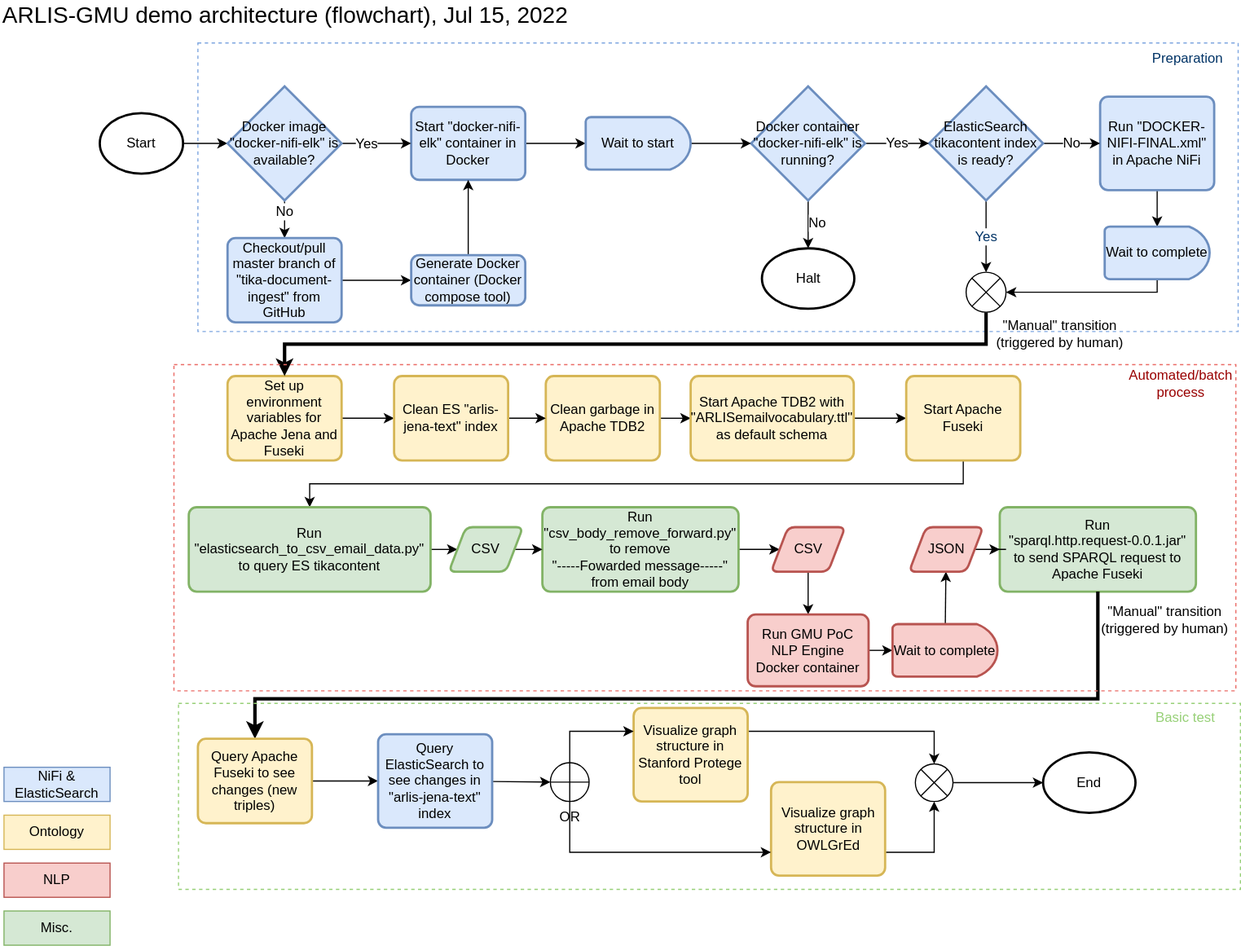
Above: GMU_Demo_Architecture_Flow.svg in amirmghaemi/tika-document-ingest (draw.io), before the change. Source tidied: cells renumbered, new cells last; positions are measured from the earlier drawing's top-left corner, leaving out a move shared by most shapes.
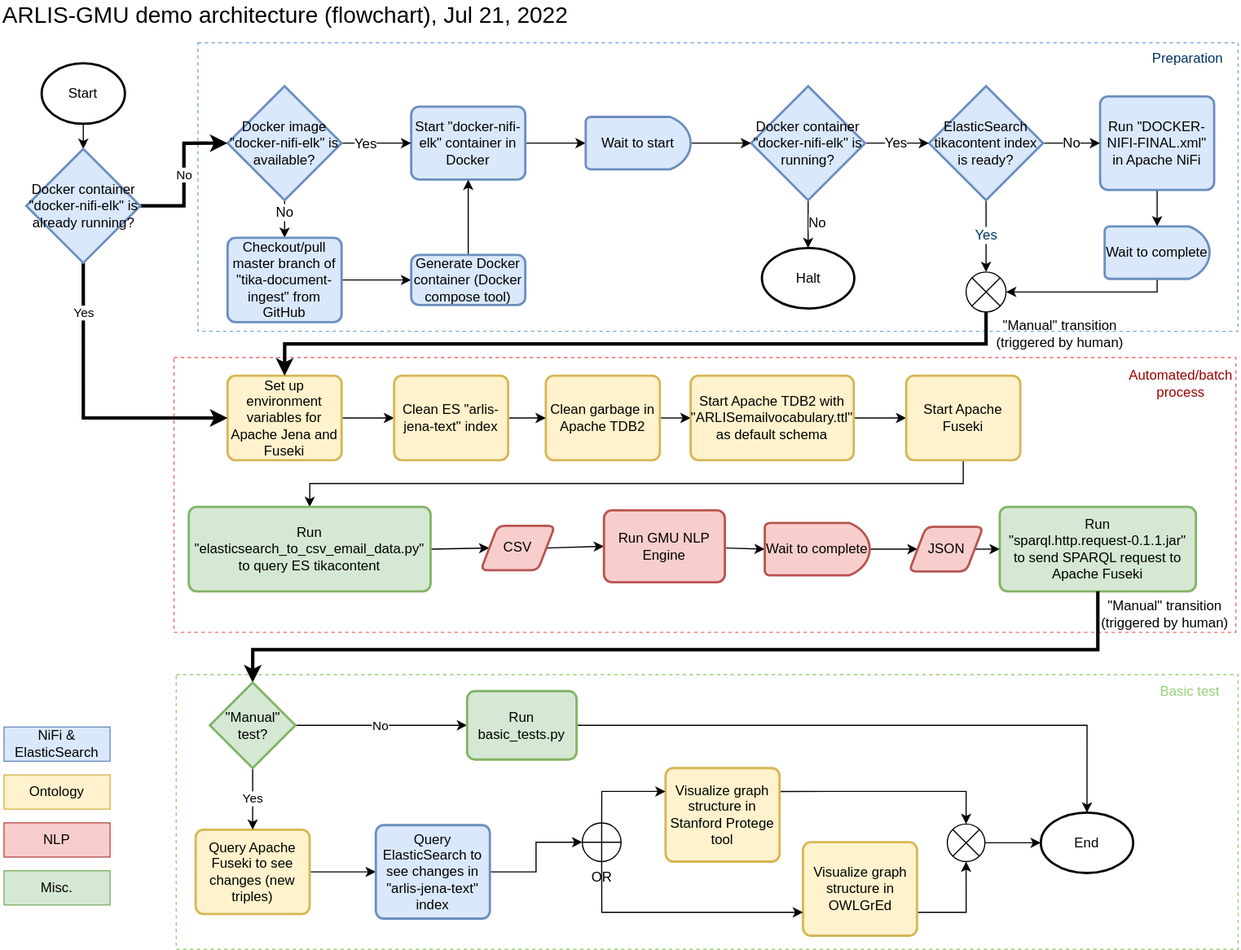
Above is the later version.

Commit message:
Updated the demo architecture diagrams to reflect the new NLP and SPARQL components, and also uploaded a general conceptual system architecture (communication diagram).

The edit, as a diff of the source:
```diff
@@ -4,2 +4,8 @@
     <mxCell id="1" parent="0" />
+    <mxCell id="79" style="rounded=0;whiteSpace=wrap;html=1;fontSize=12;fillColor=none;strokeColor=#97D077;dashed=1;" parent="1" vertex="1">
+      <mxGeometry x="154" y="590" width="931" height="241" as="geometry" />
+    </mxCell>
+    <mxCell id="76" style="rounded=0;whiteSpace=wrap;html=1;fontSize=12;fillColor=none;strokeColor=#EA6B66;dashed=1;" parent="1" vertex="1">
+      <mxGeometry x="152" y="312" width="931" height="241" as="geometry" />
+    </mxCell>
     <mxCell id="2" style="rounded=0;whiteSpace=wrap;html=1;fontSize=12;fillColor=none;strokeColor=#7EA6E0;dashed=1;" parent="1" vertex="1">
@@ -7,6 +13,6 @@
     </mxCell>
-    <mxCell id="3" value="ARLIS-GMU demo architecture (flowchart), Jul 15, 2022&amp;nbsp;" style="text;strokeColor=none;fillColor=none;html=1;fontSize=20;fontStyle=0;verticalAlign=middle;align=left;" parent="1" vertex="1">
+    <mxCell id="3" value="ARLIS-GMU demo architecture (flowchart), Jul 21, 2022&amp;nbsp;" style="text;strokeColor=none;fillColor=none;html=1;fontSize=20;fontStyle=0;verticalAlign=middle;align=left;" parent="1" vertex="1">
       <mxGeometry width="377" height="22" as="geometry" />
     </mxCell>
-    <mxCell id="4" style="edgeStyle=none;rounded=0;jettySize=auto;html=1;entryX=0;entryY=0.5;entryDx=0;entryDy=0;entryPerimeter=0;fontSize=12;" parent="1" edge="1" source="5" target="17">
+    <mxCell id="4" style="edgeStyle=none;rounded=0;jettySize=auto;html=1;entryX=0.5;entryY=0;entryDx=0;entryDy=0;entryPerimeter=0;fontSize=12;exitX=0.5;exitY=1;exitDx=0;exitDy=0;exitPerimeter=0;" parent="1" edge="1" source="5" target="85">
       <mxGeometry relative="1" as="geometry" />
@@ -14,6 +20,6 @@
     <mxCell id="5" value="Start" style="strokeWidth=2;html=1;shape=mxgraph.flowchart.start_2;whiteSpace=wrap;" parent="1" vertex="1">
-      <mxGeometry x="87" y="97.5" width="73" height="53" as="geometry" />
+      <mxGeometry x="36" y="54" width="73" height="53" as="geometry" />
     </mxCell>
     <mxCell id="6" value="End" style="strokeWidth=2;html=1;shape=mxgraph.flowchart.start_2;whiteSpace=wrap;" parent="1" vertex="1">
-      <mxGeometry x="914" y="658" width="81" height="53" as="geometry" />
+      <mxGeometry x="912" y="711" width="81" height="53" as="geometry" />
     </mxCell>
@@ -136,3 +142,3 @@
     </mxCell>
-    <mxCell id="43" style="rounded=0;jettySize=auto;html=1;entryX=0;entryY=0.5;entryDx=0;entryDy=0;fontSize=12;fontColor=#003366;exitX=1;exitY=0.5;exitDx=0;exitDy=0;" parent="1" edge="1" source="44" target="48">
+    <mxCell id="43" style="rounded=0;jettySize=auto;html=1;entryX=0;entryY=0.5;entryDx=0;entryDy=0;fontSize=12;fontColor=#003366;exitX=1;exitY=0.5;exitDx=0;exitDy=0;" parent="1" edge="1" source="44" target="50">
       <mxGeometry relative="1" as="geometry" />
@@ -142,15 +148,3 @@
     </mxCell>
-    <mxCell id="45" style="edgeStyle=none;rounded=0;jettySize=auto;html=1;entryX=0;entryY=0.5;entryDx=0;entryDy=0;fontSize=12;fontColor=#003366;" parent="1" edge="1" source="46" target="50">
-      <mxGeometry relative="1" as="geometry" />
-    </mxCell>
-    <mxCell id="46" value="&lt;span style=&quot;background-color: initial;&quot;&gt;Run &quot;&lt;/span&gt;&lt;span style=&quot;background-color: initial;&quot;&gt;csv_body_remove_forward.py&quot;&lt;/span&gt;&lt;br&gt;&lt;span style=&quot;background-color: initial;&quot;&gt;to remove &lt;br&gt;&quot;-----Fowarded message-----&quot;&lt;br&gt;from email body&lt;br&gt;&lt;/span&gt;" style="rounded=1;whiteSpace=wrap;html=1;absoluteArcSize=1;arcSize=14;strokeWidth=2;fillColor=#d5e8d4;strokeColor=#82b366;" parent="1" vertex="1">
-      <mxGeometry x="475" y="443" width="172" height="74" as="geometry" />
-    </mxCell>
-    <mxCell id="47" style="edgeStyle=none;rounded=0;jettySize=auto;html=1;entryX=0;entryY=0.5;entryDx=0;entryDy=0;fontSize=12;fontColor=#003366;exitX=1;exitY=0.5;exitDx=0;exitDy=0;" parent="1" edge="1" source="48" target="46">
-      <mxGeometry relative="1" as="geometry" />
-    </mxCell>
-    <mxCell id="48" value="CSV" style="shape=parallelogram;html=1;strokeWidth=2;perimeter=parallelogramPerimeter;whiteSpace=wrap;rounded=1;arcSize=12;size=0.23;fontSize=12;fillColor=#d5e8d4;strokeColor=#82b366;" parent="1" vertex="1">
-      <mxGeometry x="393" y="460.5" width="65" height="39" as="geometry" />
-    </mxCell>
-    <mxCell id="49" style="edgeStyle=none;rounded=0;jettySize=auto;html=1;entryX=0.5;entryY=0;entryDx=0;entryDy=0;fontSize=12;fontColor=#003366;exitX=0.5;exitY=1;exitDx=0;exitDy=0;" parent="1" edge="1" source="50" target="52">
+    <mxCell id="49" style="edgeStyle=none;rounded=0;jettySize=auto;html=1;entryX=0;entryY=0.5;entryDx=0;entryDy=0;fontSize=12;fontColor=#003366;exitX=1;exitY=0.5;exitDx=0;exitDy=0;" parent="1" edge="1" source="50" target="52">
       <mxGeometry relative="1" as="geometry" />
@@ -158,3 +152,3 @@
     <mxCell id="50" value="CSV" style="shape=parallelogram;html=1;strokeWidth=2;perimeter=parallelogramPerimeter;whiteSpace=wrap;rounded=1;arcSize=12;size=0.23;fontSize=12;fillColor=#f8cecc;strokeColor=#b85450;" parent="1" vertex="1">
-      <mxGeometry x="675.5" y="460.5" width="65" height="39" as="geometry" />
+      <mxGeometry x="421" y="459.5" width="65" height="39" as="geometry" />
     </mxCell>
@@ -163,6 +157,6 @@
     </mxCell>
-    <mxCell id="52" value="&lt;span style=&quot;background-color: initial;&quot;&gt;Run GMU PoC NLP Engine Docker container&lt;br&gt;&lt;/span&gt;" style="rounded=1;whiteSpace=wrap;html=1;absoluteArcSize=1;arcSize=14;strokeWidth=2;fillColor=#f8cecc;strokeColor=#b85450;" parent="1" vertex="1">
-      <mxGeometry x="655" y="537" width="106" height="63" as="geometry" />
+    <mxCell id="52" value="&lt;span style=&quot;background-color: initial;&quot;&gt;Run GMU NLP Engine&lt;br&gt;&lt;/span&gt;" style="rounded=1;whiteSpace=wrap;html=1;absoluteArcSize=1;arcSize=14;strokeWidth=2;fillColor=#f8cecc;strokeColor=#b85450;" parent="1" vertex="1">
+      <mxGeometry x="529" y="446" width="106" height="63" as="geometry" />
     </mxCell>
-    <mxCell id="53" value="&lt;span style=&quot;background-color: initial;&quot;&gt;Run &lt;br&gt;&quot;&lt;/span&gt;&lt;span style=&quot;background-color: initial;&quot;&gt;sparql.http.request-0.0.1.jar&quot;&lt;/span&gt;&lt;br&gt;&lt;span style=&quot;background-color: initial;&quot;&gt;to send SPARQL request to Apache Fuseki&lt;br&gt;&lt;/span&gt;" style="rounded=1;whiteSpace=wrap;html=1;absoluteArcSize=1;arcSize=14;strokeWidth=2;fillColor=#d5e8d4;strokeColor=#82b366;" parent="1" vertex="1">
+    <mxCell id="53" value="&lt;span style=&quot;background-color: initial;&quot;&gt;Run &lt;br&gt;&quot;&lt;/span&gt;&lt;span style=&quot;background-color: initial;&quot;&gt;sparql.http.request-0.1.1.jar&quot;&lt;/span&gt;&lt;br&gt;&lt;span style=&quot;background-color: initial;&quot;&gt;to send SPARQL request to Apache Fuseki&lt;br&gt;&lt;/span&gt;" style="rounded=1;whiteSpace=wrap;html=1;absoluteArcSize=1;arcSize=14;strokeWidth=2;fillColor=#d5e8d4;strokeColor=#82b366;" parent="1" vertex="1">
       <mxGeometry x="876" y="443" width="172" height="74" as="geometry" />
@@ -173,9 +167,9 @@
     <mxCell id="55" value="Wait to complete" style="strokeWidth=2;html=1;shape=mxgraph.flowchart.delay;whiteSpace=wrap;fontSize=12;fillColor=#f8cecc;strokeColor=#b85450;" parent="1" vertex="1">
-      <mxGeometry x="782" y="545.5" width="92" height="46" as="geometry" />
+      <mxGeometry x="670" y="457" width="92" height="46" as="geometry" />
     </mxCell>
-    <mxCell id="56" style="rounded=0;jettySize=auto;html=1;entryX=0.5;entryY=0;entryDx=0;entryDy=0;fontSize=12;fontColor=#003366;exitX=0.5;exitY=1;exitDx=0;exitDy=0;edgeStyle=orthogonalEdgeStyle;strokeWidth=3;" parent="1" edge="1" source="53" target="58">
+    <mxCell id="56" style="rounded=0;jettySize=auto;html=1;entryX=0.5;entryY=0;entryDx=0;entryDy=0;fontSize=12;fontColor=#003366;exitX=0.5;exitY=1;exitDx=0;exitDy=0;strokeWidth=3;entryPerimeter=0;edgeStyle=orthogonalEdgeStyle;" parent="1" edge="1" source="53" target="88">
       <mxGeometry relative="1" as="geometry">
         <Array as="points">
-          <mxPoint x="962" y="611" />
-          <mxPoint x="223" y="611" />
+          <mxPoint x="962" y="568" />
+          <mxPoint x="221" y="568" />
         </Array>
@@ -187,5 +181,5 @@
     <mxCell id="58" value="&lt;span style=&quot;background-color: initial;&quot;&gt;Query Apache Fuseki to see changes (new triples)&lt;br&gt;&lt;/span&gt;" style="rounded=1;whiteSpace=wrap;html=1;absoluteArcSize=1;arcSize=14;strokeWidth=2;fillColor=#fff2cc;strokeColor=#d6b656;" parent="1" vertex="1">
-      <mxGeometry x="173" y="646" width="100" height="74" as="geometry" />
+      <mxGeometry x="171" y="726" width="100" height="74" as="geometry" />
     </mxCell>
-    <mxCell id="59" style="edgeStyle=none;rounded=0;jettySize=auto;html=1;entryX=0;entryY=0.5;entryDx=0;entryDy=0;entryPerimeter=0;fontSize=12;fontColor=#003366;" parent="1" edge="1" source="60" target="67">
+    <mxCell id="59" style="edgeStyle=orthogonalEdgeStyle;rounded=0;jettySize=auto;html=1;entryX=0;entryY=0.5;entryDx=0;entryDy=0;entryPerimeter=0;fontSize=12;fontColor=#003366;exitX=1;exitY=0.5;exitDx=0;exitDy=0;" parent="1" edge="1" source="60" target="67">
       <mxGeometry relative="1" as="geometry" />
@@ -193,3 +187,3 @@
     <mxCell id="60" value="Query ElasticSearch to see changes in &quot;arlis-jena-text&quot; index" style="rounded=1;whiteSpace=wrap;html=1;absoluteArcSize=1;arcSize=14;strokeWidth=2;fillColor=#dae8fc;strokeColor=#6c8ebf;" parent="1" vertex="1">
-      <mxGeometry x="331" y="642" width="100" height="82" as="geometry" />
+      <mxGeometry x="329" y="722" width="100" height="82" as="geometry" />
     </mxCell>
@@ -199,3 +193,3 @@
     <mxCell id="62" value="Visualize graph structure in Stanford Protege tool" style="rounded=1;whiteSpace=wrap;html=1;absoluteArcSize=1;arcSize=14;strokeWidth=2;fillColor=#fff2cc;strokeColor=#d6b656;" parent="1" vertex="1">
-      <mxGeometry x="555" y="619" width="100" height="82" as="geometry" />
+      <mxGeometry x="583" y="672" width="100" height="82" as="geometry" />
     </mxCell>
@@ -205,3 +199,3 @@
     <mxCell id="64" value="Visualize graph structure in OWLGrEd" style="rounded=1;whiteSpace=wrap;html=1;absoluteArcSize=1;arcSize=14;strokeWidth=2;fillColor=#fff2cc;strokeColor=#d6b656;" parent="1" vertex="1">
-      <mxGeometry x="675.5" y="684" width="100" height="82" as="geometry" />
+      <mxGeometry x="703.5" y="737" width="100" height="82" as="geometry" />
     </mxCell>
@@ -214,3 +208,3 @@
     <mxCell id="67" value="OR" style="verticalLabelPosition=bottom;verticalAlign=top;html=1;shape=mxgraph.flowchart.summing_function;fontSize=12;" parent="1" vertex="1">
-      <mxGeometry x="482" y="667" width="34" height="34" as="geometry" />
+      <mxGeometry x="510" y="720" width="34" height="34" as="geometry" />
     </mxCell>
@@ -220,5 +214,5 @@
     <mxCell id="69" style="verticalLabelPosition=bottom;verticalAlign=top;html=1;shape=mxgraph.flowchart.or;fontSize=12;" parent="1" vertex="1">
-      <mxGeometry x="802" y="668" width="33" height="33" as="geometry" />
+      <mxGeometry x="830" y="721" width="33" height="33" as="geometry" />
     </mxCell>
-    <mxCell id="70" style="edgeStyle=orthogonalEdgeStyle;rounded=0;jettySize=auto;html=1;entryX=0;entryY=0.5;entryDx=0;entryDy=0;fontSize=12;fontColor=#003366;" parent="1" edge="1" source="71" target="53">
+    <mxCell id="70" style="rounded=0;jettySize=auto;html=1;entryX=0;entryY=0.5;entryDx=0;entryDy=0;fontSize=12;fontColor=#003366;exitX=1;exitY=0.5;exitDx=0;exitDy=0;" parent="1" edge="1" source="71" target="53">
       <mxGeometry relative="1" as="geometry" />
@@ -229,16 +223,13 @@
     <mxCell id="72" value="NiFi &amp;amp; ElasticSearch" style="text;html=1;strokeColor=#6c8ebf;fillColor=#dae8fc;align=center;verticalAlign=middle;whiteSpace=wrap;rounded=0;fontSize=12;" parent="1" vertex="1">
-      <mxGeometry x="3" y="671" width="93" height="30" as="geometry" />
+      <mxGeometry x="3" y="636" width="93" height="30" as="geometry" />
     </mxCell>
     <mxCell id="73" value="Ontology" style="text;html=1;strokeColor=#d6b656;fillColor=#fff2cc;align=center;verticalAlign=middle;whiteSpace=wrap;rounded=0;fontSize=12;" parent="1" vertex="1">
-      <mxGeometry x="3" y="713" width="93" height="30" as="geometry" />
+      <mxGeometry x="3" y="678" width="93" height="30" as="geometry" />
     </mxCell>
     <mxCell id="74" value="NLP" style="text;html=1;strokeColor=#b85450;fillColor=#f8cecc;align=center;verticalAlign=middle;whiteSpace=wrap;rounded=0;fontSize=12;" parent="1" vertex="1">
-      <mxGeometry x="3" y="755" width="93" height="30" as="geometry" />
+      <mxGeometry x="3" y="720" width="93" height="30" as="geometry" />
     </mxCell>
     <mxCell id="75" value="Misc." style="text;html=1;strokeColor=#82b366;fillColor=#d5e8d4;align=center;verticalAlign=middle;whiteSpace=wrap;rounded=0;fontSize=12;" parent="1" vertex="1">
-      <mxGeometry x="3" y="797" width="93" height="30" as="geometry" />
+      <mxGeometry x="3" y="762" width="93" height="30" as="geometry" />
     </mxCell>
-    <mxCell id="76" style="rounded=0;whiteSpace=wrap;html=1;fontSize=12;fillColor=none;strokeColor=#EA6B66;dashed=1;" parent="1" vertex="1">
-      <mxGeometry x="152" y="318" width="931" height="286" as="geometry" />
-    </mxCell>
     <mxCell id="77" value="&lt;font color=&quot;#990000&quot;&gt;Automated/batch process&lt;/font&gt;" style="text;html=1;strokeColor=none;fillColor=none;align=center;verticalAlign=middle;whiteSpace=wrap;rounded=0;dashed=1;fontSize=12;fontColor=#003366;" parent="1" vertex="1">
@@ -249,11 +240,37 @@
     </mxCell>
-    <mxCell id="79" style="rounded=0;whiteSpace=wrap;html=1;fontSize=12;fillColor=none;strokeColor=#97D077;dashed=1;" parent="1" vertex="1">
-      <mxGeometry x="156" y="615" width="931" height="163" as="geometry" />
-    </mxCell>
     <mxCell id="80" value="&lt;font color=&quot;#97d077&quot;&gt;Basic test&lt;/font&gt;" style="text;html=1;strokeColor=none;fillColor=none;align=center;verticalAlign=middle;whiteSpace=wrap;rounded=0;dashed=1;fontSize=12;fontColor=#003366;" parent="1" vertex="1">
-      <mxGeometry x="997" y="613" width="84" height="30" as="geometry" />
+      <mxGeometry x="1001" y="590" width="84" height="30" as="geometry" />
     </mxCell>
     <mxCell id="81" value="&lt;font color=&quot;#000000&quot;&gt;&quot;Manual&quot; transition (triggered by human)&lt;/font&gt;" style="text;html=1;strokeColor=none;fillColor=none;align=center;verticalAlign=middle;whiteSpace=wrap;rounded=0;fontColor=#990000;" parent="1" vertex="1">
-      <mxGeometry x="953.5" y="527" width="133.5" height="30" as="geometry" />
+      <mxGeometry x="953.5" y="522" width="133.5" height="30" as="geometry" />
     </mxCell>
+    <mxCell id="82" value="No" style="edgeStyle=orthogonalEdgeStyle;rounded=0;jettySize=auto;html=1;exitX=1;exitY=0.5;exitDx=0;exitDy=0;exitPerimeter=0;entryX=0;entryY=0.5;entryDx=0;entryDy=0;entryPerimeter=0;strokeWidth=3;" parent="1" edge="1" source="85" target="17">
+      <mxGeometry relative="1" as="geometry" />
+    </mxCell>
+    <mxCell id="83" style="edgeStyle=orthogonalEdgeStyle;rounded=0;jettySize=auto;html=1;exitX=0.5;exitY=1;exitDx=0;exitDy=0;exitPerimeter=0;entryX=0;entryY=0.5;entryDx=0;entryDy=0;strokeWidth=3;" parent="1" edge="1" source="85" target="30">
+      <mxGeometry relative="1" as="geometry" />
+    </mxCell>
+    <mxCell id="84" value="Yes" style="edgeLabel;html=1;align=center;verticalAlign=middle;" parent="83" vertex="1">
+      <mxGeometry x="-0.68" relative="1" as="geometry">
+        <mxPoint y="1" as="offset" />
+      </mxGeometry>
+    </mxCell>
+    <mxCell id="85" value="Docker container &quot;docker-nifi-elk&quot; is already running?" style="strokeWidth=2;html=1;shape=mxgraph.flowchart.decision;whiteSpace=wrap;fontSize=12;fillColor=#dae8fc;strokeColor=#6c8ebf;" parent="1" vertex="1">
+      <mxGeometry x="22.5" y="129" width="100" height="100" as="geometry" />
+    </mxCell>
+    <mxCell id="86" value="Yes" style="edgeStyle=orthogonalEdgeStyle;rounded=0;jettySize=auto;html=1;exitX=0.5;exitY=1;exitDx=0;exitDy=0;exitPerimeter=0;entryX=0.5;entryY=0;entryDx=0;entryDy=0;" parent="1" edge="1" source="88" target="58">
+      <mxGeometry relative="1" as="geometry" />
+    </mxCell>
+    <mxCell id="87" value="No" style="edgeStyle=none;rounded=0;jettySize=auto;html=1;exitX=1;exitY=0.5;exitDx=0;exitDy=0;exitPerimeter=0;entryX=0;entryY=0.5;entryDx=0;entryDy=0;" parent="1" edge="1" source="88" target="90">
+      <mxGeometry relative="1" as="geometry" />
+    </mxCell>
+    <mxCell id="88" value="&quot;Manual&quot; test?" style="strokeWidth=2;html=1;shape=mxgraph.flowchart.decision;whiteSpace=wrap;fontSize=12;fillColor=#d5e8d4;strokeColor=#82b366;" parent="1" vertex="1">
+      <mxGeometry x="183.5" y="597" width="75" height="75" as="geometry" />
+    </mxCell>
+    <mxCell id="89" style="edgeStyle=orthogonalEdgeStyle;rounded=0;jettySize=auto;html=1;entryX=0.5;entryY=0;entryDx=0;entryDy=0;entryPerimeter=0;exitX=1;exitY=0.5;exitDx=0;exitDy=0;" parent="1" edge="1" source="90" target="6">
+      <mxGeometry relative="1" as="geometry" />
+    </mxCell>
+    <mxCell id="90" value="&lt;span style=&quot;background-color: initial;&quot;&gt;Run basic_tests.py&lt;br&gt;&lt;/span&gt;" style="rounded=1;whiteSpace=wrap;html=1;absoluteArcSize=1;arcSize=14;strokeWidth=2;fillColor=#d5e8d4;strokeColor=#82b366;" parent="1" vertex="1">
+      <mxGeometry x="409" y="604.5" width="96" height="60" as="geometry" />
+    </mxCell>
   </root>
```
